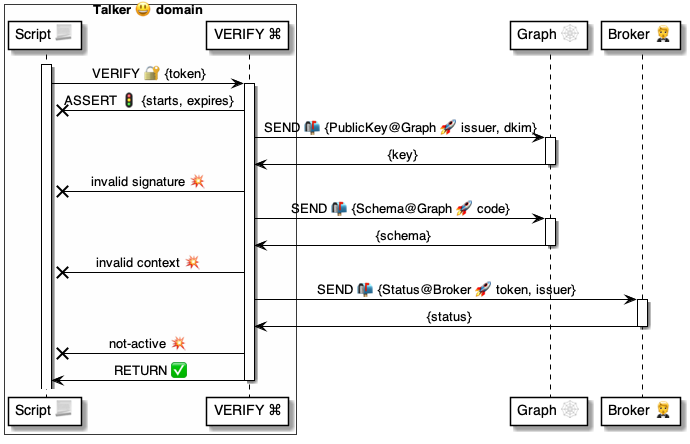
The PlantUML diagram 4 ⚙️ Solution/37 Scripts 📃/📃 Commands ⌘/⌘ for messages 📨/VERIFY 🔐/VERIFY Token 🎫/🔐 VERIFY Token ⚙️ uml.png in pollyweb-org/pollyweb-docs, before a commit. Its source is kept beside it as 4 ⚙️ Solution/37 Scripts 📃/📃 Commands ⌘/⌘ for messages 📨/VERIFY 🔐/VERIFY Token 🎫/🔐 VERIFY Token ⚙️ uml.puml.
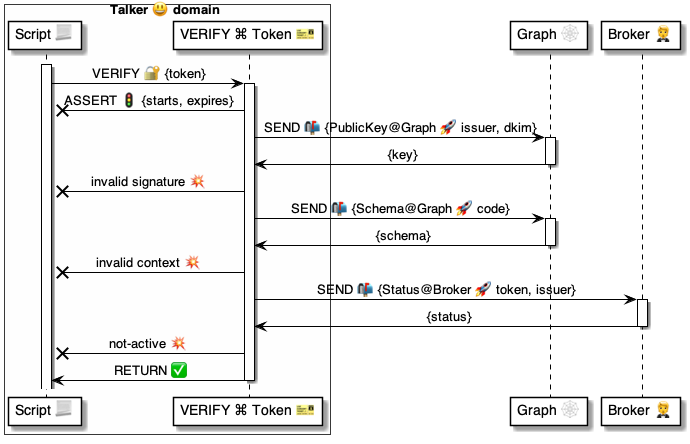
The same diagram one commit later.

The edit, as a diff of the source:
```diff
@@ -2,7 +2,7 @@
 
 box Talker 😃 domain #FFFFFA
     participant "Script 📃" as script
-    participant "VERIFY ⌘" as verify
+    participant "VERIFY ⌘ Token 🎫" as verify
 end box
 participant "Graph 🕸" as graph
 participant "Broker 🤵" as broker
```
